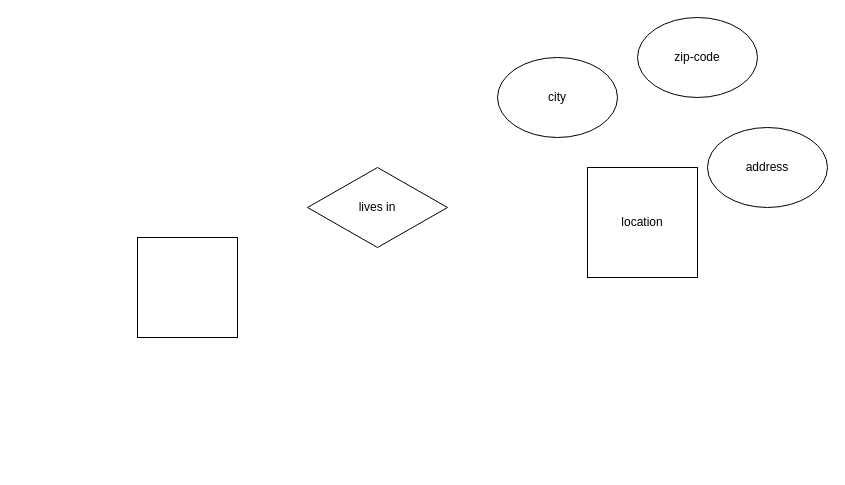
Above: database_development_CR11/ERdiagram_CR11.drawio in Carina20/LMSCF-Carina-CR11 (draw.io), before the change. Source tidied: cells renumbered, new cells numbered last; positions are measured from the earlier drawing's top-left corner, leaving out a move shared by most shapes. Both pictures are drawn from the tidied source at 100%, with x=0, y=0 at pixel (137, 17).
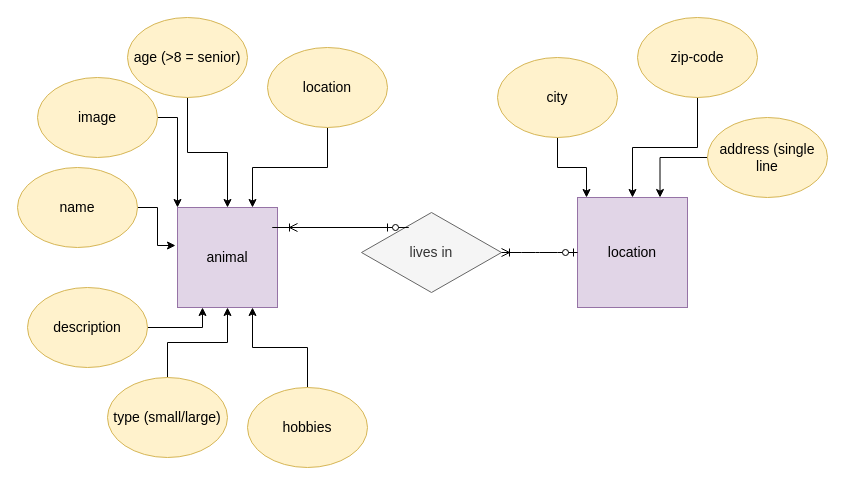
After the change.

What changed in the source:
```diff
@@
-    <mxCell id="2" value="location" style="whiteSpace=wrap;html=1;" parent="1" vertex="1">
-      <mxGeometry x="450" y="150" width="110" height="110" as="geometry" />
+    <mxCell id="2" value="location" style="whiteSpace=wrap;html=1;fontSize=14;fillColor=#e1d5e7;strokeColor=#9673a6;" parent="1" vertex="1">
+      <mxGeometry x="440" y="180" width="110" height="110" as="geometry" />
     </mxCell>
-    <mxCell id="3" style="whiteSpace=wrap;html=1;" parent="1" vertex="1">
-      <mxGeometry y="220" width="100" height="100" as="geometry" />
+    <mxCell id="3" value="animal" style="whiteSpace=wrap;html=1;fontSize=14;fillColor=#e1d5e7;strokeColor=#9673a6;" parent="1" vertex="1">
+      <mxGeometry x="40" y="190" width="100" height="100" as="geometry" />
     </mxCell>
-    <mxCell id="4" value="lives in" style="rhombus;whiteSpace=wrap;html=1;" parent="1" vertex="1">
-      <mxGeometry x="170" y="150" width="140" height="80" as="geometry" />
+    <mxCell id="4" value="lives in" style="rhombus;whiteSpace=wrap;html=1;fontSize=14;fillColor=#f5f5f5;strokeColor=#666666;fontColor=#333333;" parent="1" vertex="1">
+      <mxGeometry x="224" y="195" width="140" height="80" as="geometry" />
     </mxCell>
+    <mxCell id="8" style="edgeStyle=orthogonalEdgeStyle;rounded=0;jettySize=auto;html=1;exitX=0;exitY=0.5;exitDx=0;exitDy=0;entryX=0.75;entryY=0;entryDx=0;entryDy=0;fontSize=14;" parent="1" edge="1" source="5" target="2">
+      <mxGeometry relative="1" as="geometry" />
+    </mxCell>
-    <mxCell id="5" value="address" style="ellipse;whiteSpace=wrap;html=1;" parent="1" vertex="1">
-      <mxGeometry x="570" y="110" width="120" height="80" as="geometry" />
+    <mxCell id="5" value="address (single&lt;br style=&quot;font-size: 14px;&quot;&gt;line" style="ellipse;whiteSpace=wrap;html=1;fontSize=14;fillColor=#fff2cc;strokeColor=#d6b656;" parent="1" vertex="1">
+      <mxGeometry x="570" y="100" width="120" height="80" as="geometry" />
     </mxCell>
+    <mxCell id="9" style="edgeStyle=orthogonalEdgeStyle;rounded=0;jettySize=auto;html=1;fontSize=14;" parent="1" edge="1" source="6" target="2">
+      <mxGeometry relative="1" as="geometry" />
+    </mxCell>
-    <mxCell id="6" value="zip-code" style="ellipse;whiteSpace=wrap;html=1;" parent="1" vertex="1">
+    <mxCell id="6" value="zip-code" style="ellipse;whiteSpace=wrap;html=1;fontSize=14;fillColor=#fff2cc;strokeColor=#d6b656;" parent="1" vertex="1">
       <mxGeometry x="500" width="120" height="80" as="geometry" />
     </mxCell>
+    <mxCell id="10" style="edgeStyle=orthogonalEdgeStyle;rounded=0;jettySize=auto;html=1;entryX=0.082;entryY=0;entryDx=0;entryDy=0;entryPerimeter=0;fontSize=14;" parent="1" edge="1" source="7" target="2">
+      <mxGeometry relative="1" as="geometry" />
+    </mxCell>
-    <mxCell id="7" value="city" style="ellipse;whiteSpace=wrap;html=1;" parent="1" vertex="1">
+    <mxCell id="7" value="city" style="ellipse;whiteSpace=wrap;html=1;fontSize=14;fillColor=#fff2cc;strokeColor=#d6b656;" parent="1" vertex="1">
       <mxGeometry x="360" y="40" width="120" height="80" as="geometry" />
     </mxCell>
+    <mxCell id="11" style="edgeStyle=orthogonalEdgeStyle;rounded=0;jettySize=auto;html=1;entryX=0;entryY=0;entryDx=0;entryDy=0;fontSize=14;" parent="1" edge="1" source="12" target="3">
+      <mxGeometry relative="1" as="geometry" />
+    </mxCell>
+    <mxCell id="12" value="image" style="ellipse;whiteSpace=wrap;html=1;fontSize=14;fillColor=#fff2cc;strokeColor=#d6b656;" parent="1" vertex="1">
+      <mxGeometry x="-100" y="60" width="120" height="80" as="geometry" />
+    </mxCell>
+    <mxCell id="13" style="edgeStyle=orthogonalEdgeStyle;rounded=0;jettySize=auto;html=1;entryX=-0.02;entryY=0.38;entryDx=0;entryDy=0;entryPerimeter=0;fontSize=14;" parent="1" edge="1" source="14" target="3">
+      <mxGeometry relative="1" as="geometry" />
+    </mxCell>
+    <mxCell id="14" value="name" style="ellipse;whiteSpace=wrap;html=1;fontSize=14;fillColor=#fff2cc;strokeColor=#d6b656;" parent="1" vertex="1">
+      <mxGeometry x="-120" y="150" width="120" height="80" as="geometry" />
+    </mxCell>
+    <mxCell id="15" style="edgeStyle=orthogonalEdgeStyle;rounded=0;jettySize=auto;html=1;entryX=0.25;entryY=1;entryDx=0;entryDy=0;fontSize=14;" parent="1" edge="1" source="16" target="3">
+      <mxGeometry relative="1" as="geometry" />
+    </mxCell>
+    <mxCell id="16" value="description" style="ellipse;whiteSpace=wrap;html=1;fontSize=14;fillColor=#fff2cc;strokeColor=#d6b656;" parent="1" vertex="1">
+      <mxGeometry x="-110" y="270" width="120" height="80" as="geometry" />
+    </mxCell>
+    <mxCell id="17" style="edgeStyle=orthogonalEdgeStyle;rounded=0;jettySize=auto;html=1;fontSize=14;" parent="1" edge="1" source="18" target="3">
+      <mxGeometry relative="1" as="geometry" />
+    </mxCell>
+    <mxCell id="18" value="age (&amp;gt;8 = senior)" style="ellipse;whiteSpace=wrap;html=1;fontSize=14;fillColor=#fff2cc;strokeColor=#d6b656;" parent="1" vertex="1">
+      <mxGeometry x="-10" width="120" height="80" as="geometry" />
+    </mxCell>
+    <mxCell id="19" style="edgeStyle=orthogonalEdgeStyle;rounded=0;jettySize=auto;html=1;entryX=0.5;entryY=1;entryDx=0;entryDy=0;fontSize=14;" parent="1" edge="1" source="20" target="3">
+      <mxGeometry relative="1" as="geometry" />
+    </mxCell>
+    <mxCell id="20" value="type (small/large)" style="ellipse;whiteSpace=wrap;html=1;fontSize=14;fillColor=#fff2cc;strokeColor=#d6b656;" parent="1" vertex="1">
+      <mxGeometry x="-30" y="360" width="120" height="80" as="geometry" />
+    </mxCell>
+    <mxCell id="21" style="edgeStyle=orthogonalEdgeStyle;rounded=0;jettySize=auto;html=1;entryX=0.75;entryY=0;entryDx=0;entryDy=0;fontSize=14;" parent="1" edge="1" source="22" target="3">
+      <mxGeometry relative="1" as="geometry" />
+    </mxCell>
+    <mxCell id="22" value="location" style="ellipse;whiteSpace=wrap;html=1;fontSize=14;fillColor=#fff2cc;strokeColor=#d6b656;" parent="1" vertex="1">
+      <mxGeometry x="130" y="30" width="120" height="80" as="geometry" />
+    </mxCell>
+    <mxCell id="23" style="edgeStyle=orthogonalEdgeStyle;rounded=0;jettySize=auto;html=1;entryX=0.75;entryY=1;entryDx=0;entryDy=0;fontSize=14;" parent="1" edge="1" source="24" target="3">
+      <mxGeometry relative="1" as="geometry" />
+    </mxCell>
+    <mxCell id="24" value="hobbies" style="ellipse;whiteSpace=wrap;html=1;fontSize=14;fillColor=#fff2cc;strokeColor=#d6b656;" parent="1" vertex="1">
+      <mxGeometry x="110" y="370" width="120" height="80" as="geometry" />
+    </mxCell>
+    <mxCell id="25" style="edgeStyle=entityRelationEdgeStyle;fontSize=14;html=1;endArrow=ERoneToMany;startArrow=ERzeroToOne;" parent="1" edge="1" source="2" target="4">
+      <mxGeometry relative="1" as="geometry" />
+    </mxCell>
+    <mxCell id="26" style="edgeStyle=entityRelationEdgeStyle;fontSize=14;html=1;endArrow=ERoneToMany;startArrow=ERzeroToOne;" parent="1" edge="1">
+      <mxGeometry relative="1" as="geometry">
+        <mxPoint x="246" y="210" as="sourcePoint" />
+        <mxPoint x="160" y="210" as="targetPoint" />
+      </mxGeometry>
+    </mxCell>
```
